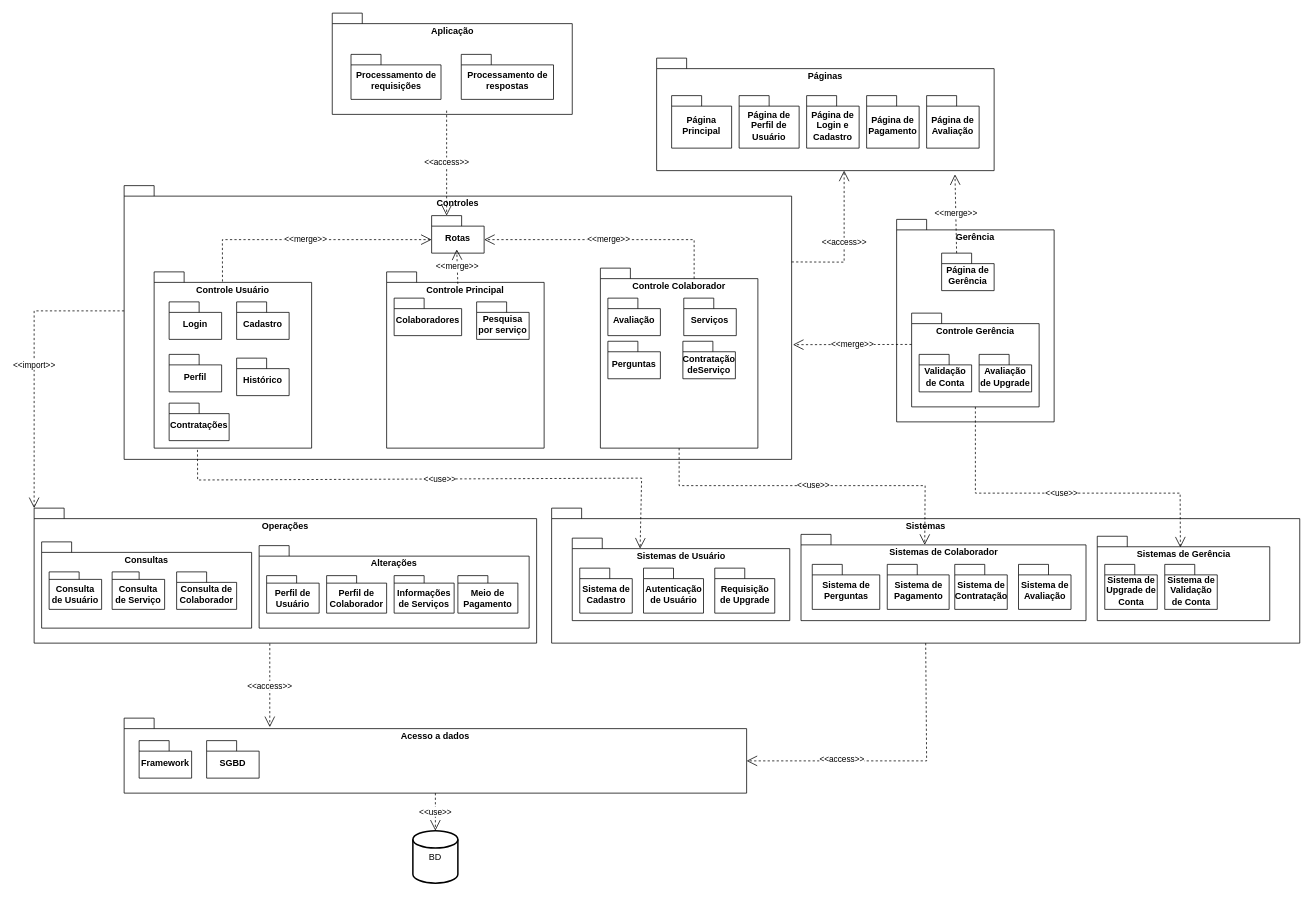
Earlier version of the draw.io diagram diagrama_de_pacotes.drawio (lfarodrigues/pet-hub-rs). Source tidied: cells renumbered, new cells numbered last; positions are measured from the earlier drawing's top-left corner, leaving out a move shared by most shapes. Both pictures are drawn from the tidied source at 75%, with x=0, y=0 at pixel (34, 13).
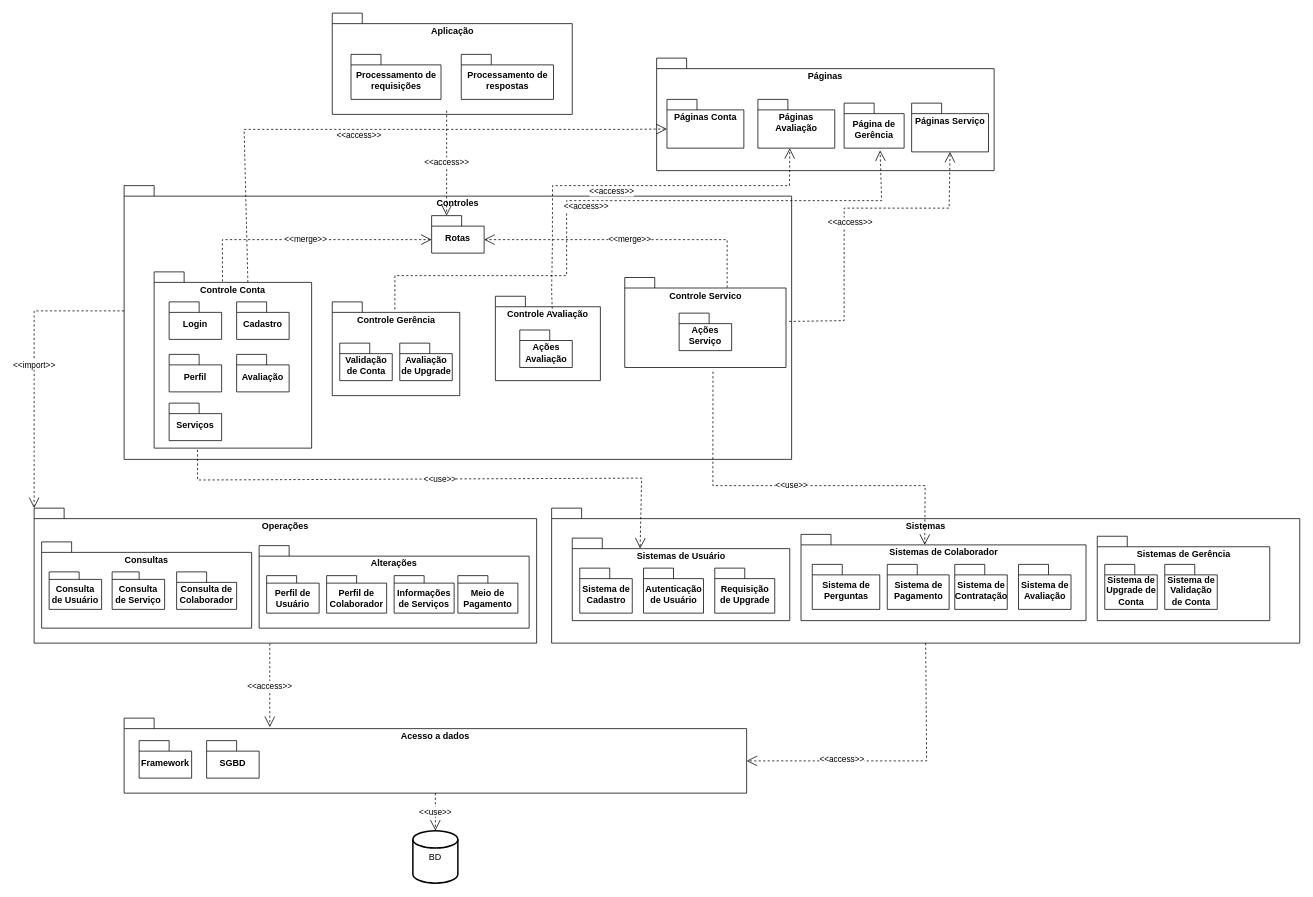
The same page after the edit.

The change refers to these unchanged cells:
```xml
<mxCell id="4" value="&lt;div&gt;Sistemas de Colaborador&lt;/div&gt;" style="shape=folder;fontStyle=1;spacingTop=10;tabWidth=40;tabHeight=14;tabPosition=left;html=1;whiteSpace=wrap;verticalAlign=top;" parent="1" vertex="1">
  <mxGeometry x="1022.5" y="695" width="380" height="115" as="geometry" />
</mxCell>
<mxCell id="6" value="Controles" style="shape=folder;fontStyle=1;spacingTop=10;tabWidth=40;tabHeight=14;tabPosition=left;html=1;whiteSpace=wrap;verticalAlign=top;" parent="1" vertex="1">
  <mxGeometry x="120" y="230" width="890" height="365" as="geometry" />
</mxCell>
<mxCell id="15" value="Páginas" style="shape=folder;fontStyle=1;spacingTop=10;tabWidth=40;tabHeight=14;tabPosition=left;html=1;whiteSpace=wrap;verticalAlign=top;" parent="1" vertex="1">
  <mxGeometry x="830" y="60" width="450" height="150" as="geometry" />
</mxCell>
<mxCell id="56" value="Rotas" style="shape=folder;fontStyle=1;spacingTop=10;tabWidth=40;tabHeight=14;tabPosition=left;html=1;whiteSpace=wrap;" parent="1" vertex="1">
  <mxGeometry x="530" y="270" width="70" height="50" as="geometry" />
</mxCell>
<mxCell id="61" value="&lt;div&gt;Sistemas de Gerência&lt;/div&gt;" style="shape=folder;fontStyle=1;spacingTop=10;tabWidth=40;tabHeight=14;tabPosition=left;html=1;whiteSpace=wrap;verticalAlign=top;" parent="1" vertex="1">
  <mxGeometry x="1417.5" y="697.5" width="230" height="112.5" as="geometry" />
</mxCell>
```

What changed in the source:
```diff
@@
-    <mxCell id="7" value="Controle Usuário" style="shape=folder;fontStyle=1;spacingTop=10;tabWidth=40;tabHeight=14;tabPosition=left;html=1;whiteSpace=wrap;align=center;horizontal=1;verticalAlign=top;" parent="1" vertex="1">
+    <mxCell id="7" value="Controle Conta" style="shape=folder;fontStyle=1;spacingTop=10;tabWidth=40;tabHeight=14;tabPosition=left;html=1;whiteSpace=wrap;align=center;horizontal=1;verticalAlign=top;" parent="1" vertex="1">
       <mxGeometry x="160" y="345" width="210" height="235" as="geometry" />
     </mxCell>
@@
-    <mxCell id="10" value="Controle Principal" style="shape=folder;fontStyle=1;spacingTop=10;tabWidth=40;tabHeight=14;tabPosition=left;html=1;whiteSpace=wrap;align=center;horizontal=1;verticalAlign=top;" parent="1" vertex="1">
-      <mxGeometry x="470" y="345" width="210" height="235" as="geometry" />
-    </mxCell>
@@
-    <mxCell id="14" value="&lt;div&gt;Histórico&lt;/div&gt;" style="shape=folder;fontStyle=1;spacingTop=10;tabWidth=40;tabHeight=14;tabPosition=left;html=1;whiteSpace=wrap;" parent="1" vertex="1">
-      <mxGeometry x="270" y="460" width="70" height="50" as="geometry" />
-    </mxCell>
@@
-    <mxCell id="16" value="Página Principal" style="shape=folder;fontStyle=1;spacingTop=10;tabWidth=40;tabHeight=14;tabPosition=left;html=1;whiteSpace=wrap;" parent="1" vertex="1">
-      <mxGeometry x="850" y="110" width="80" height="70" as="geometry" />
-    </mxCell>
-    <mxCell id="17" value="Página de Perfil de Usuário" style="shape=folder;fontStyle=1;spacingTop=10;tabWidth=40;tabHeight=14;tabPosition=left;html=1;whiteSpace=wrap;" parent="1" vertex="1">
-      <mxGeometry x="940" y="110" width="80" height="70" as="geometry" />
-    </mxCell>
-    <mxCell id="18" value="Página de Login e Cadastro" style="shape=folder;fontStyle=1;spacingTop=10;tabWidth=40;tabHeight=14;tabPosition=left;html=1;whiteSpace=wrap;" parent="1" vertex="1">
-      <mxGeometry x="1030" y="110" width="70" height="70" as="geometry" />
-    </mxCell>
-    <mxCell id="19" value="Página de Pagamento" style="shape=folder;fontStyle=1;spacingTop=10;tabWidth=40;tabHeight=14;tabPosition=left;html=1;whiteSpace=wrap;" parent="1" vertex="1">
-      <mxGeometry x="1110" y="110" width="70" height="70" as="geometry" />
-    </mxCell>
-    <mxCell id="20" value="Página de Avaliação" style="shape=folder;fontStyle=1;spacingTop=10;tabWidth=40;tabHeight=14;tabPosition=left;html=1;whiteSpace=wrap;" parent="1" vertex="1">
-      <mxGeometry x="1190" y="110" width="70" height="70" as="geometry" />
-    </mxCell>
@@
-    <mxCell id="22" value="Contratações" style="shape=folder;fontStyle=1;spacingTop=10;tabWidth=40;tabHeight=14;tabPosition=left;html=1;whiteSpace=wrap;" parent="1" vertex="1">
-      <mxGeometry x="180" y="520" width="80" height="50" as="geometry" />
-    </mxCell>
@@
-    <mxCell id="24" value="Colaboradores" style="shape=folder;fontStyle=1;spacingTop=10;tabWidth=40;tabHeight=14;tabPosition=left;html=1;whiteSpace=wrap;" parent="1" vertex="1">
-      <mxGeometry x="480" y="380" width="90" height="50" as="geometry" />
-    </mxCell>
@@
-    <mxCell id="26" value="Pesquisa por serviço" style="shape=folder;fontStyle=1;spacingTop=10;tabWidth=40;tabHeight=14;tabPosition=left;html=1;whiteSpace=wrap;" parent="1" vertex="1">
-      <mxGeometry x="590" y="385" width="70" height="50" as="geometry" />
-    </mxCell>
-    <mxCell id="27" value="Controle Colaborador" style="shape=folder;fontStyle=1;spacingTop=10;tabWidth=40;tabHeight=14;tabPosition=left;html=1;whiteSpace=wrap;align=center;horizontal=1;verticalAlign=top;" parent="1" vertex="1">
-      <mxGeometry x="755" y="340" width="210" height="240" as="geometry" />
+    <mxCell id="27" value="Controle Servico" style="shape=folder;fontStyle=1;spacingTop=10;tabWidth=40;tabHeight=14;tabPosition=left;html=1;whiteSpace=wrap;align=center;horizontal=1;verticalAlign=top;" parent="1" vertex="1">
+      <mxGeometry x="787.5" y="352.5" width="215" height="120" as="geometry" />
     </mxCell>
     <mxCell id="28" value="Avaliação" style="shape=folder;fontStyle=1;spacingTop=10;tabWidth=40;tabHeight=14;tabPosition=left;html=1;whiteSpace=wrap;" parent="1" vertex="1">
-      <mxGeometry x="765" y="380" width="70" height="50" as="geometry" />
+      <mxGeometry x="270" y="455" width="70" height="50" as="geometry" />
     </mxCell>
     <mxCell id="29" value="Serviços" style="shape=folder;fontStyle=1;spacingTop=10;tabWidth=40;tabHeight=14;tabPosition=left;html=1;whiteSpace=wrap;" parent="1" vertex="1">
-      <mxGeometry x="866.2" y="380" width="70" height="50" as="geometry" />
+      <mxGeometry x="180" y="520" width="70" height="50" as="geometry" />
     </mxCell>
-    <mxCell id="30" value="Perguntas" style="shape=folder;fontStyle=1;spacingTop=10;tabWidth=40;tabHeight=14;tabPosition=left;html=1;whiteSpace=wrap;" parent="1" vertex="1">
-      <mxGeometry x="765" y="437.5" width="70" height="50" as="geometry" />
-    </mxCell>
@@
-    <mxCell id="33" value="Contratação deServiço" style="shape=folder;fontStyle=1;spacingTop=10;tabWidth=40;tabHeight=14;tabPosition=left;html=1;whiteSpace=wrap;" parent="1" vertex="1">
-      <mxGeometry x="865" y="437.5" width="70" height="50" as="geometry" />
-    </mxCell>
@@
-    <mxCell id="35" value="&lt;div&gt;Gerência&lt;/div&gt;" style="shape=folder;fontStyle=1;spacingTop=10;tabWidth=40;tabHeight=14;tabPosition=left;html=1;whiteSpace=wrap;verticalAlign=top;" parent="1" vertex="1">
-      <mxGeometry x="1150" y="275" width="210" height="270" as="geometry" />
-    </mxCell>
@@
     <mxCell id="39" value="Página de Gerência" style="shape=folder;fontStyle=1;spacingTop=10;tabWidth=40;tabHeight=14;tabPosition=left;html=1;whiteSpace=wrap;" parent="1" vertex="1">
-      <mxGeometry x="1210" y="320" width="70" height="50" as="geometry" />
+      <mxGeometry x="1080" y="120" width="80" height="60" as="geometry" />
     </mxCell>
     <mxCell id="40" value="Controle Gerência" style="shape=folder;fontStyle=1;spacingTop=10;tabWidth=40;tabHeight=14;tabPosition=left;html=1;whiteSpace=wrap;verticalAlign=top;" parent="1" vertex="1">
-      <mxGeometry x="1170" y="400" width="170" height="125" as="geometry" />
+      <mxGeometry x="397.5" y="385" width="170" height="125" as="geometry" />
     </mxCell>
     <mxCell id="41" value="Validação de Conta" style="shape=folder;fontStyle=1;spacingTop=10;tabWidth=40;tabHeight=14;tabPosition=left;html=1;whiteSpace=wrap;" parent="1" vertex="1">
-      <mxGeometry x="1180" y="455" width="70" height="50" as="geometry" />
+      <mxGeometry x="407.5" y="440" width="70" height="50" as="geometry" />
     </mxCell>
     <mxCell id="42" value="Avaliação de Upgrade" style="shape=folder;fontStyle=1;spacingTop=10;tabWidth=40;tabHeight=14;tabPosition=left;html=1;whiteSpace=wrap;" parent="1" vertex="1">
-      <mxGeometry x="1260" y="455" width="70" height="50" as="geometry" />
+      <mxGeometry x="487.5" y="440" width="70" height="50" as="geometry" />
     </mxCell>
@@
-    <mxCell id="49" value="&amp;lt;&amp;lt;use&amp;gt;&amp;gt;" style="endArrow=open;endSize=12;dashed=1;html=1;rounded=0;entryX=0;entryY=0;entryDx=165;entryDy=14;entryPerimeter=0;" parent="1" edge="1" target="4">
+    <mxCell id="49" value="&amp;lt;&amp;lt;use&amp;gt;&amp;gt;" style="endArrow=open;endSize=12;dashed=1;html=1;rounded=0;entryX=0;entryY=0;entryDx=165;entryDy=14;entryPerimeter=0;exitX=0.547;exitY=1.046;exitDx=0;exitDy=0;exitPerimeter=0;" parent="1" edge="1" source="27" target="4">
       <mxGeometry relative="1" as="geometry">
-        <mxPoint x="860" y="580" as="sourcePoint" />
         <Array as="points">
-          <mxPoint x="860" y="630" />
+          <mxPoint x="905" y="630" />
           <mxPoint x="1188" y="630" />
         </Array>
       </mxGeometry>
     </mxCell>
@@
-    <mxCell id="58" value="&amp;lt;&amp;lt;merge&amp;gt;&amp;gt;" style="endArrow=open;endSize=12;dashed=1;html=1;rounded=0;exitX=0.452;exitY=0.068;exitDx=0;exitDy=0;exitPerimeter=0;" parent="1" edge="1" source="10">
-      <mxGeometry relative="1" as="geometry">
-        <mxPoint x="563.5" y="315" as="targetPoint" />
-      </mxGeometry>
-    </mxCell>
-    <mxCell id="59" value="&amp;lt;&amp;lt;merge&amp;gt;&amp;gt;" style="endArrow=open;endSize=12;dashed=1;html=1;rounded=0;exitX=0;exitY=0;exitDx=125;exitDy=14;exitPerimeter=0;entryX=0;entryY=0;entryDx=70;entryDy=32;entryPerimeter=0;" parent="1" edge="1" source="27" target="56">
+    <mxCell id="59" value="&amp;lt;&amp;lt;merge&amp;gt;&amp;gt;" style="endArrow=open;endSize=12;dashed=1;html=1;rounded=0;exitX=0.635;exitY=0.113;exitDx=0;exitDy=0;exitPerimeter=0;entryX=0;entryY=0;entryDx=70;entryDy=32;entryPerimeter=0;" parent="1" edge="1" source="27" target="56">
       <mxGeometry relative="1" as="geometry">
         <Array as="points">
-          <mxPoint x="880" y="302" />
+          <mxPoint x="924" y="302" />
         </Array>
       </mxGeometry>
     </mxCell>
-    <mxCell id="60" value="&lt;div&gt;&amp;lt;&amp;lt;access&amp;gt;&amp;gt;&lt;/div&gt;" style="endArrow=open;endSize=12;dashed=1;html=1;rounded=0;exitX=0;exitY=0;exitDx=890;exitDy=101.75;exitPerimeter=0;" parent="1" edge="1" source="6">
-      <mxGeometry relative="1" as="geometry">
-        <mxPoint x="1080" y="210" as="targetPoint" />
+    <mxCell id="60" value="&lt;div&gt;&amp;lt;&amp;lt;access&amp;gt;&amp;gt;&lt;/div&gt;" style="endArrow=open;endSize=12;dashed=1;html=1;rounded=0;exitX=1.019;exitY=0.488;exitDx=0;exitDy=0;exitPerimeter=0;entryX=0.5;entryY=1;entryDx=0;entryDy=0;entryPerimeter=0;" parent="1" edge="1" source="27" target="73">
+      <mxGeometry x="-0.07" y="-8" relative="1" as="geometry">
         <Array as="points">
+          <mxPoint x="1080" y="410" />
           <mxPoint x="1080" y="332" />
+          <mxPoint x="1080" y="260" />
+          <mxPoint x="1220" y="260" />
         </Array>
       </mxGeometry>
     </mxCell>
@@
-    <mxCell id="64" value="&amp;lt;&amp;lt;use&amp;gt;&amp;gt;" style="endArrow=open;endSize=12;dashed=1;html=1;rounded=0;exitX=0.5;exitY=1;exitDx=0;exitDy=0;exitPerimeter=0;entryX=0.482;entryY=0.133;entryDx=0;entryDy=0;entryPerimeter=0;" parent="1" edge="1" source="40" target="61">
-      <mxGeometry relative="1" as="geometry">
-        <Array as="points">
-          <mxPoint x="1255" y="640" />
-          <mxPoint x="1528" y="640" />
-        </Array>
-      </mxGeometry>
-    </mxCell>
@@
-    <mxCell id="71" value="&amp;lt;&amp;lt;merge&amp;gt;&amp;gt;" style="endArrow=open;endSize=12;dashed=1;html=1;rounded=0;exitX=0;exitY=0;exitDx=0;exitDy=41.75;exitPerimeter=0;entryX=1.002;entryY=0.581;entryDx=0;entryDy=0;entryPerimeter=0;" parent="1" edge="1" source="40" target="6">
-      <mxGeometry relative="1" as="geometry" />
-    </mxCell>
-    <mxCell id="72" value="&amp;lt;&amp;lt;merge&amp;gt;&amp;gt;" style="endArrow=open;endSize=12;dashed=1;html=1;rounded=0;exitX=0;exitY=0;exitDx=20;exitDy=0;exitPerimeter=0;entryX=0.884;entryY=1.033;entryDx=0;entryDy=0;entryPerimeter=0;" parent="1" edge="1" source="39" target="15">
-      <mxGeometry relative="1" as="geometry" />
-    </mxCell>
+    <mxCell id="73" value="Páginas Serviço" style="shape=folder;fontStyle=1;spacingTop=10;tabWidth=40;tabHeight=14;tabPosition=left;html=1;whiteSpace=wrap;verticalAlign=top;" parent="1" vertex="1">
+      <mxGeometry x="1170" y="120" width="102.5" height="65" as="geometry" />
+    </mxCell>
+    <mxCell id="74" value="Páginas Conta" style="shape=folder;fontStyle=1;spacingTop=10;tabWidth=40;tabHeight=14;tabPosition=left;html=1;whiteSpace=wrap;verticalAlign=top;" parent="1" vertex="1">
+      <mxGeometry x="843.8" y="115" width="102.5" height="65" as="geometry" />
+    </mxCell>
+    <mxCell id="75" value="&lt;div&gt;&amp;lt;&amp;lt;access&amp;gt;&amp;gt;&lt;/div&gt;" style="endArrow=open;endSize=12;dashed=1;html=1;rounded=0;exitX=0;exitY=0;exitDx=125;exitDy=14;exitPerimeter=0;entryX=0;entryY=0;entryDx=0;entryDy=39.5;entryPerimeter=0;" parent="1" edge="1" source="7" target="74">
+      <mxGeometry x="-0.07" y="-8" relative="1" as="geometry">
+        <Array as="points">
+          <mxPoint x="280" y="155" />
+          <mxPoint x="790" y="155" />
+        </Array>
+      </mxGeometry>
+    </mxCell>
+    <mxCell id="76" value="Páginas Avaliação" style="shape=folder;fontStyle=1;spacingTop=10;tabWidth=40;tabHeight=14;tabPosition=left;html=1;whiteSpace=wrap;verticalAlign=top;" parent="1" vertex="1">
+      <mxGeometry x="965" y="115" width="102.5" height="65" as="geometry" />
+    </mxCell>
+    <mxCell id="77" value="Controle Avaliação" style="shape=folder;fontStyle=1;spacingTop=10;tabWidth=40;tabHeight=14;tabPosition=left;html=1;whiteSpace=wrap;align=center;horizontal=1;verticalAlign=top;" parent="1" vertex="1">
+      <mxGeometry x="615" y="377.5" width="140" height="112.5" as="geometry" />
+    </mxCell>
+    <mxCell id="78" value="&lt;div&gt;&amp;lt;&amp;lt;access&amp;gt;&amp;gt;&lt;/div&gt;" style="endArrow=open;endSize=12;dashed=1;html=1;rounded=0;entryX=0.5;entryY=1;entryDx=0;entryDy=0;entryPerimeter=0;" parent="1" edge="1">
+      <mxGeometry x="-0.07" y="-8" relative="1" as="geometry">
+        <mxPoint x="691" y="400" as="sourcePoint" />
+        <mxPoint x="1007.5" y="180" as="targetPoint" />
+        <Array as="points">
+          <mxPoint x="690" y="370" />
+          <mxPoint x="691" y="310" />
+          <mxPoint x="691.2" y="230" />
+          <mxPoint x="1007.2" y="230" />
+        </Array>
+      </mxGeometry>
+    </mxCell>
+    <mxCell id="79" value="Ações Avaliação" style="shape=folder;fontStyle=1;spacingTop=10;tabWidth=40;tabHeight=14;tabPosition=left;html=1;whiteSpace=wrap;" parent="1" vertex="1">
+      <mxGeometry x="647.5" y="422.5" width="70" height="50" as="geometry" />
+    </mxCell>
+    <mxCell id="80" value="Ações Serviço" style="shape=folder;fontStyle=1;spacingTop=10;tabWidth=40;tabHeight=14;tabPosition=left;html=1;whiteSpace=wrap;" parent="1" vertex="1">
+      <mxGeometry x="860" y="400" width="70" height="50" as="geometry" />
+    </mxCell>
+    <mxCell id="81" value="&lt;div&gt;&amp;lt;&amp;lt;access&amp;gt;&amp;gt;&lt;/div&gt;" style="endArrow=open;endSize=12;dashed=1;html=1;rounded=0;entryX=0.6;entryY=1.05;entryDx=0;entryDy=0;entryPerimeter=0;exitX=0.491;exitY=0.08;exitDx=0;exitDy=0;exitPerimeter=0;" parent="1" edge="1" source="40" target="39">
+      <mxGeometry x="-0.07" y="-8" relative="1" as="geometry">
+        <Array as="points">
+          <mxPoint x="481" y="350" />
+          <mxPoint x="710" y="350" />
+          <mxPoint x="710" y="250" />
+          <mxPoint x="1130" y="250" />
+        </Array>
+      </mxGeometry>
+    </mxCell>
```
